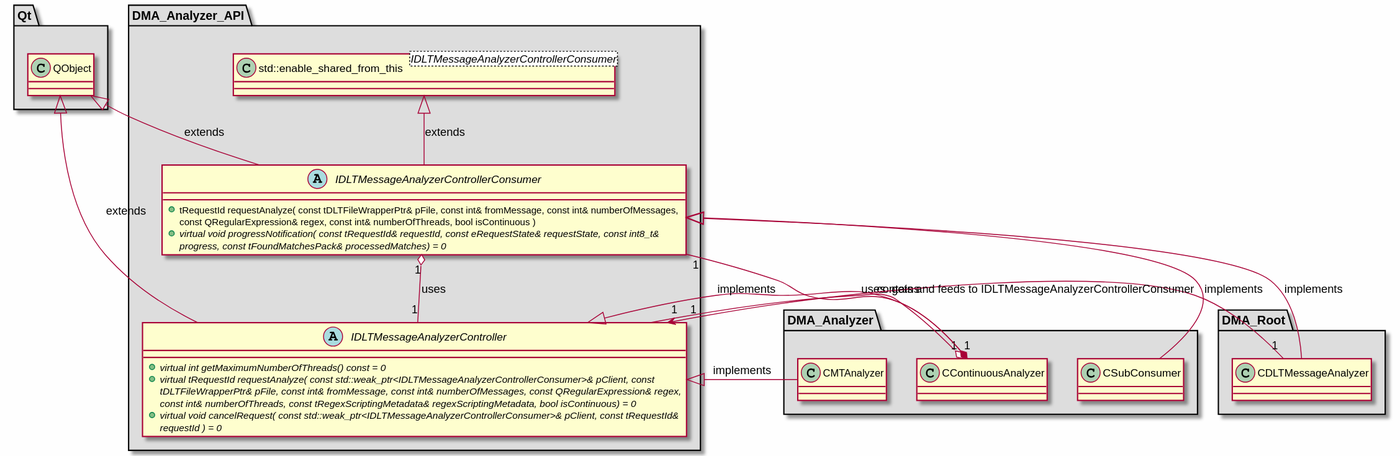
Above: md/dev_docs/puml/DMA_Analyzer_API.svg in svlad-90/DLT-Message-Analyzer (PlantUML), before the change.
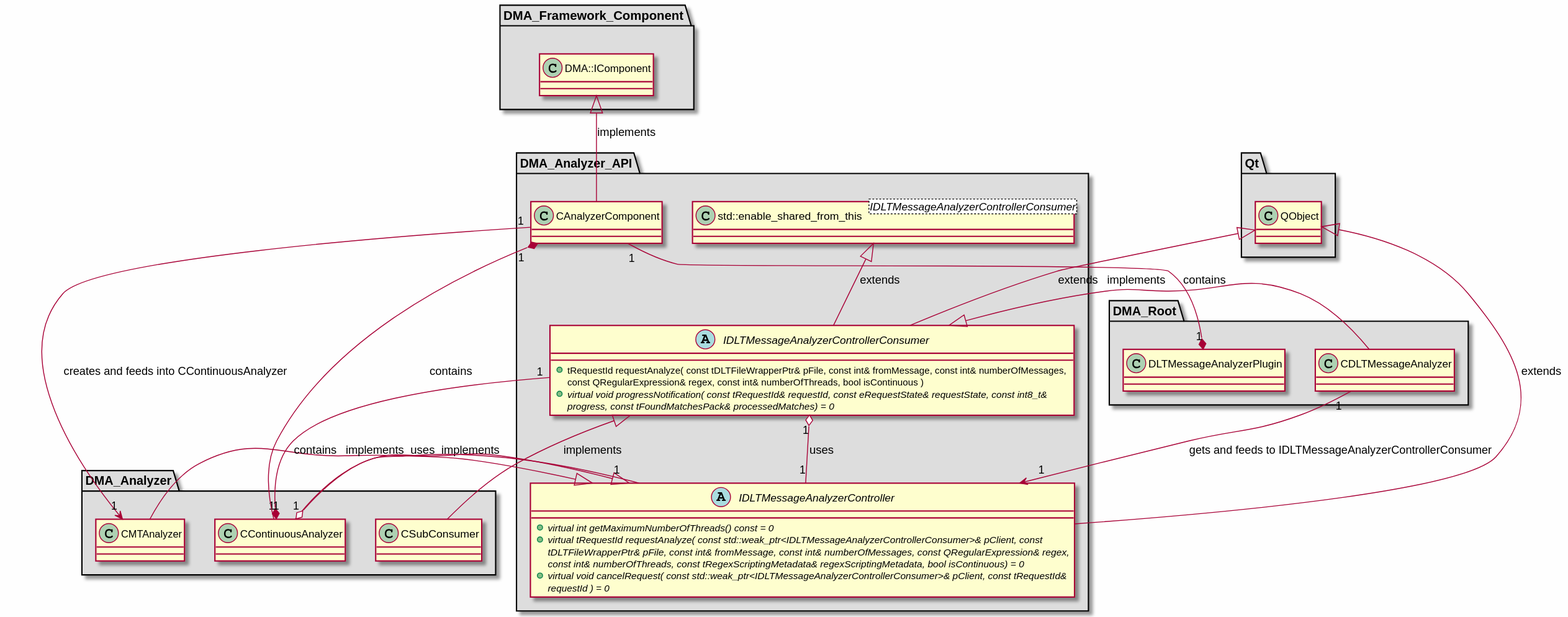
Later version of the same file.

The edit, as a diff of the source:
```diff
@@ -22,6 +22,10 @@
 package "DMA_Analyzer_API" #DDDDDD
 {
 
+class "CAnalyzerComponent"
+{
+}
+
 abstract class "IDLTMessageAnalyzerController"
 {
     + {abstract} virtual int getMaximumNumberOfThreads() const = 0
@@ -41,10 +45,23 @@
 
 }
 
+package "DMA_Framework_Component" #DDDDDD
+{
+
+class "DMA::IComponent"
+{
+}
+
+}
+
 package "DMA_Root" #DDDDDD
 {
 
 class "CDLTMessageAnalyzer"
+{
+}
+
+class "DLTMessageAnalyzerPlugin"
 {
 }
 
@@ -62,6 +79,7 @@
 IDLTMessageAnalyzerController <|-- CContinuousAnalyzer : implements
 IDLTMessageAnalyzerController <|-- CMTAnalyzer : implements
 IDLTMessageAnalyzerControllerConsumer <|-- CSubConsumer : implements
+DMA::IComponent <|-- CAnalyzerComponent : implements
 QObject <|-- IDLTMessageAnalyzerController : extends
 QObject <|-- IDLTMessageAnalyzerControllerConsumer : extends
 std::enable_shared_from_this_IDLTMessageAnalyzerControllerConsumer_ <|-- IDLTMessageAnalyzerControllerConsumer : extends
@@ -69,7 +87,10 @@
 
 CContinuousAnalyzer "1" o-- "1" IDLTMessageAnalyzerController : uses
 CContinuousAnalyzer "1" *-- "1" IDLTMessageAnalyzerControllerConsumer : contains
+CAnalyzerComponent "1" *-- "1" CContinuousAnalyzer : contains
+CAnalyzerComponent "1" --> "1" CMTAnalyzer : creates and feeds into CContinuousAnalyzer
 IDLTMessageAnalyzerControllerConsumer "1" o-- "1" IDLTMessageAnalyzerController : uses
 CDLTMessageAnalyzer "1" --> "1" IDLTMessageAnalyzerController : gets and feeds to IDLTMessageAnalyzerControllerConsumer
+DLTMessageAnalyzerPlugin "1" *-- "1" CAnalyzerComponent : contains
 
 @enduml
```
